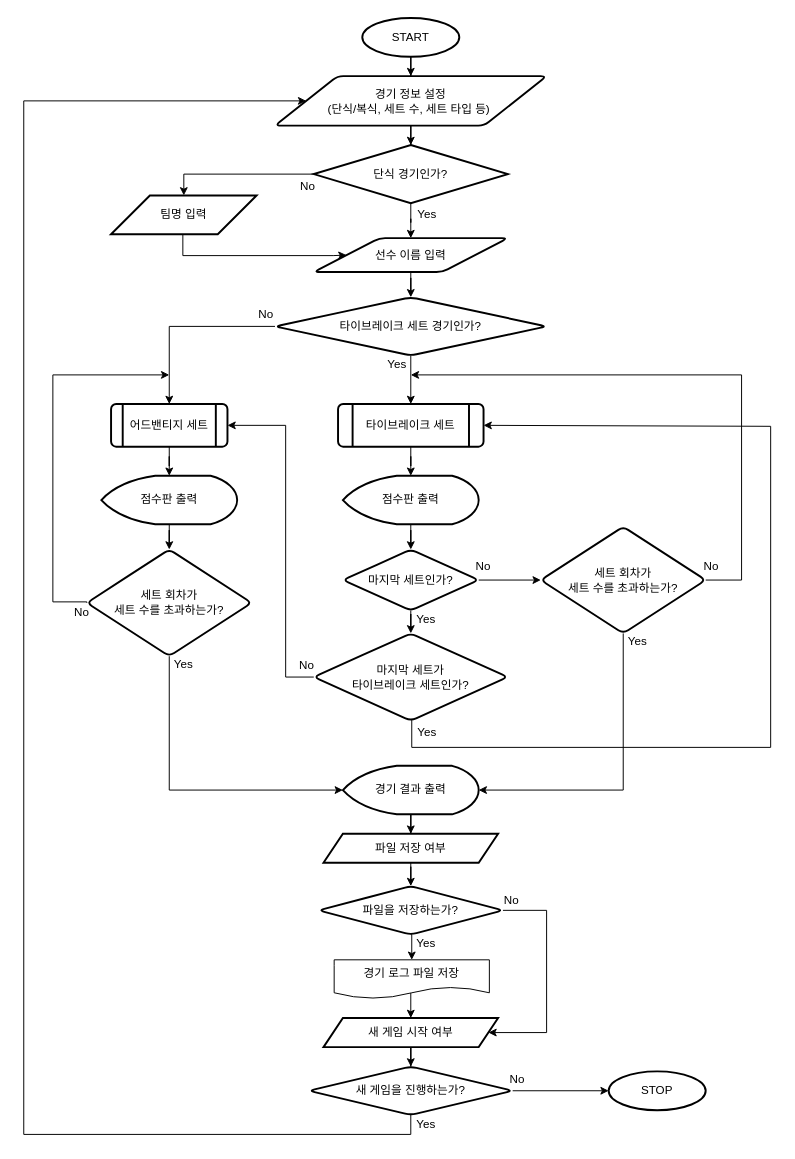
Earlier version of the draw.io diagram page "Flow Chart_korean" (2 of 4) of docs/diagrams/architecture.drawio (Yeji-Kim-Erica/match-point). Source tidied: cells renumbered, new cells numbered last; positions are measured from the earlier drawing's top-left corner, leaving out a move shared by most shapes. Both pictures are drawn from the tidied source at 97%, with x=0, y=0 at pixel (23, 17).
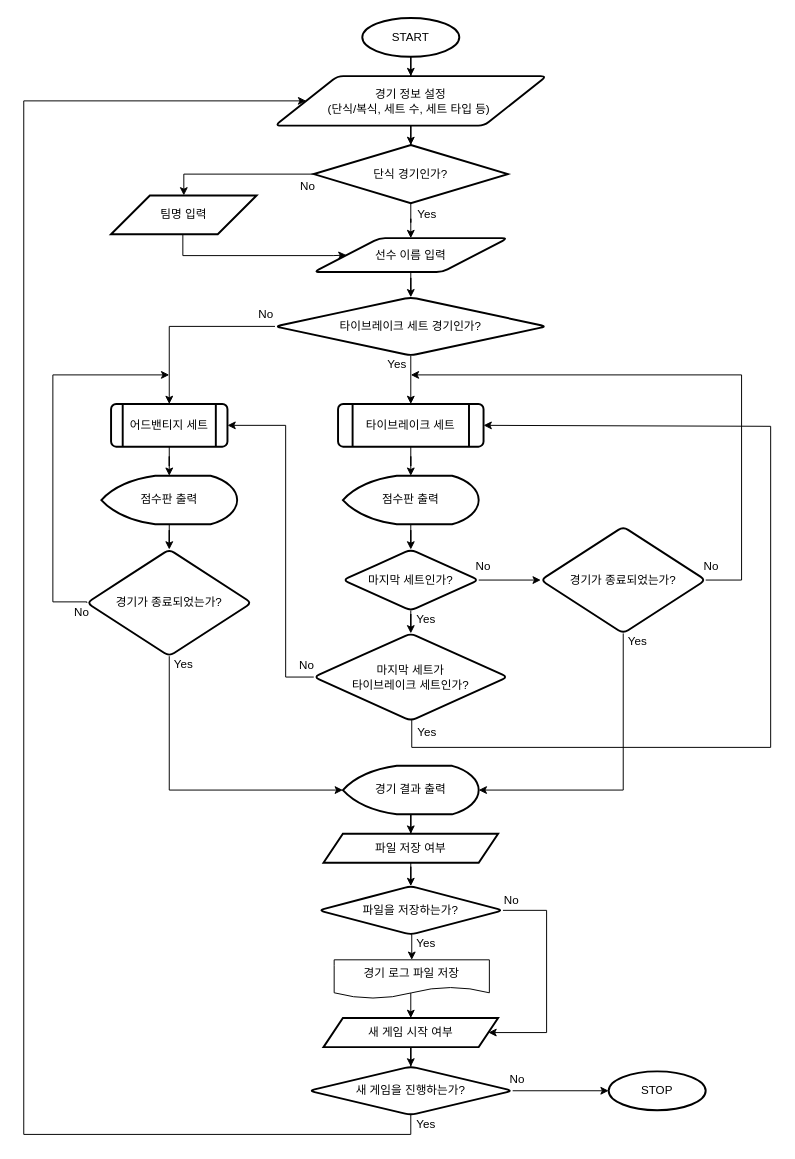
Above is the later version.

What changed in the source:
```diff
@@
-    <mxCell id="28" value="세트 회차가&lt;div&gt;세트 수를 초과하는가?&lt;/div&gt;" style="rhombus;whiteSpace=wrap;html=1;strokeWidth=2;rounded=1;arcSize=12;" parent="1" vertex="1">
+    <mxCell id="28" value="경기가 종료되었는가?" style="rhombus;whiteSpace=wrap;html=1;strokeWidth=2;rounded=1;arcSize=12;" parent="1" vertex="1">
       <mxGeometry x="533" y="524.5" width="170" height="110" as="geometry" />
     </mxCell>
@@
-    <mxCell id="31" value="세트 회차가&lt;div&gt;세트 수를 초과하는가?&lt;/div&gt;" style="rhombus;whiteSpace=wrap;html=1;strokeWidth=2;rounded=1;arcSize=12;" parent="1" vertex="1">
+    <mxCell id="31" value="경기가 종료되었는가?" style="rhombus;whiteSpace=wrap;html=1;strokeWidth=2;rounded=1;arcSize=12;" parent="1" vertex="1">
       <mxGeometry x="65" y="548" width="170" height="110" as="geometry" />
     </mxCell>
```
